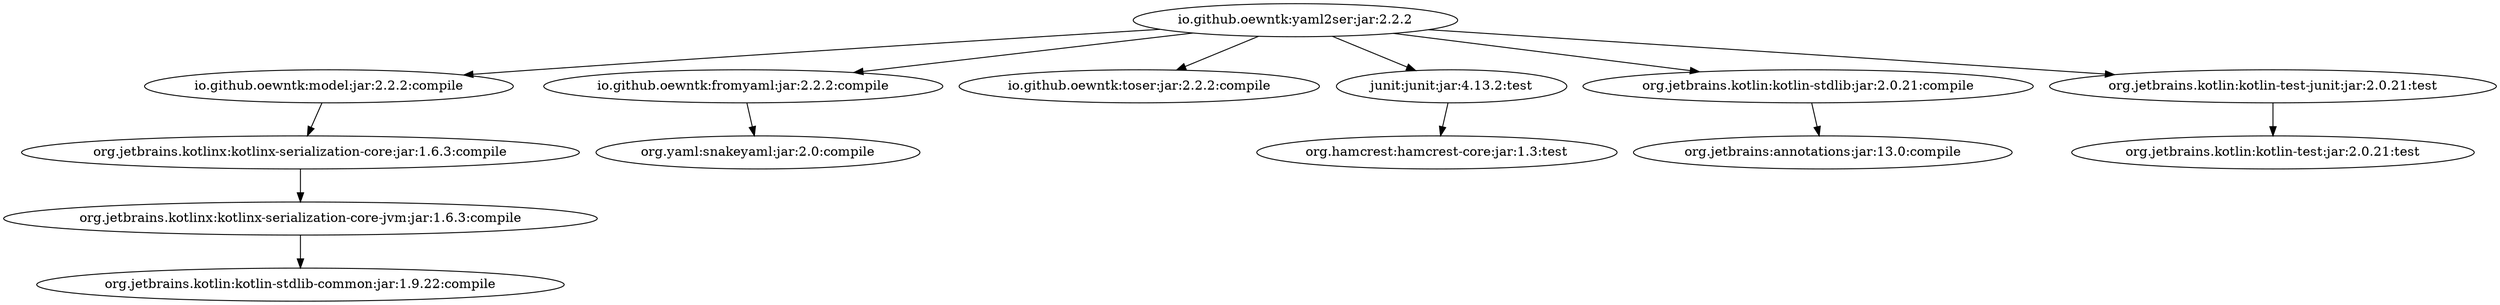
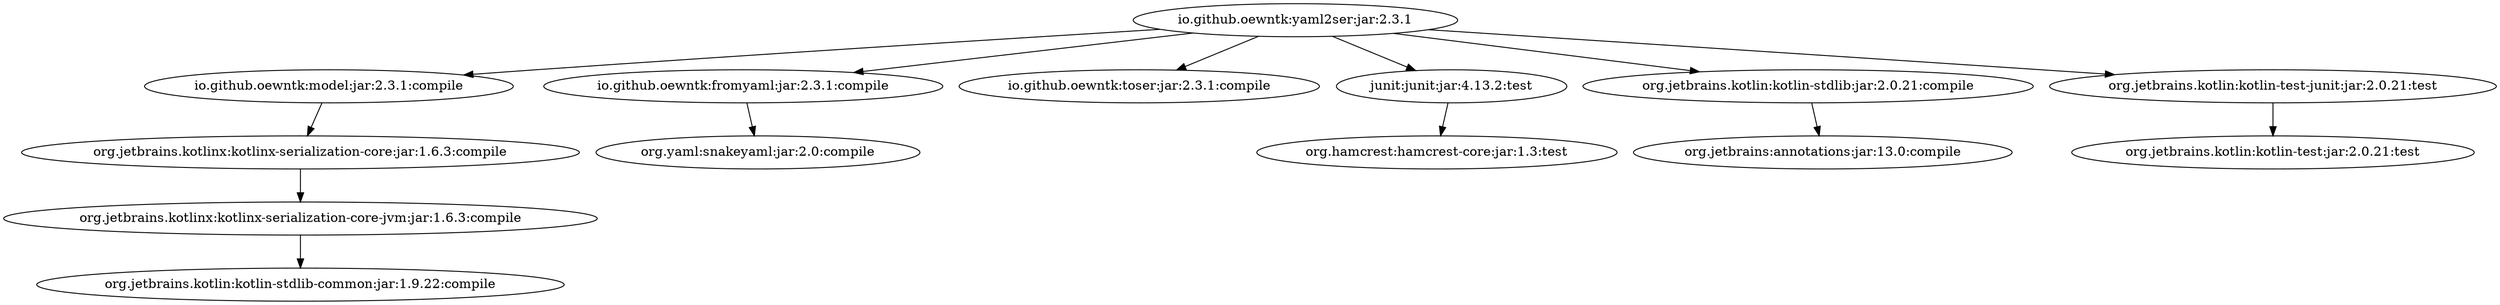
- digraph "io.github.oewntk:yaml2ser:jar:2.2.2" {
- 	"io.github.oewntk:yaml2ser:jar:2.2.2" -> "io.github.oewntk:model:jar:2.2.2:compile" ;
- 	"io.github.oewntk:yaml2ser:jar:2.2.2" -> "io.github.oewntk:fromyaml:jar:2.2.2:compile" ;
- 	"io.github.oewntk:yaml2ser:jar:2.2.2" -> "io.github.oewntk:toser:jar:2.2.2:compile" ;
- 	"io.github.oewntk:yaml2ser:jar:2.2.2" -> "junit:junit:jar:4.13.2:test" ;
- 	"io.github.oewntk:yaml2ser:jar:2.2.2" -> "org.jetbrains.kotlin:kotlin-stdlib:jar:2.0.21:compile" ;
- 	"io.github.oewntk:yaml2ser:jar:2.2.2" -> "org.jetbrains.kotlin:kotlin-test-junit:jar:2.0.21:test" ;
- 	"io.github.oewntk:model:jar:2.2.2:compile" -> "org.jetbrains.kotlinx:kotlinx-serialization-core:jar:1.6.3:compile" ;
+ digraph "io.github.oewntk:yaml2ser:jar:2.3.1" {
+ 	"io.github.oewntk:yaml2ser:jar:2.3.1" -> "io.github.oewntk:model:jar:2.3.1:compile" ;
+ 	"io.github.oewntk:yaml2ser:jar:2.3.1" -> "io.github.oewntk:fromyaml:jar:2.3.1:compile" ;
+ 	"io.github.oewntk:yaml2ser:jar:2.3.1" -> "io.github.oewntk:toser:jar:2.3.1:compile" ;
+ 	"io.github.oewntk:yaml2ser:jar:2.3.1" -> "junit:junit:jar:4.13.2:test" ;
+ 	"io.github.oewntk:yaml2ser:jar:2.3.1" -> "org.jetbrains.kotlin:kotlin-stdlib:jar:2.0.21:compile" ;
+ 	"io.github.oewntk:yaml2ser:jar:2.3.1" -> "org.jetbrains.kotlin:kotlin-test-junit:jar:2.0.21:test" ;
+ 	"io.github.oewntk:model:jar:2.3.1:compile" -> "org.jetbrains.kotlinx:kotlinx-serialization-core:jar:1.6.3:compile" ;
	"org.jetbrains.kotlinx:kotlinx-serialization-core:jar:1.6.3:compile" -> "org.jetbrains.kotlinx:kotlinx-serialization-core-jvm:jar:1.6.3:compile" ;
	"org.jetbrains.kotlinx:kotlinx-serialization-core-jvm:jar:1.6.3:compile" -> "org.jetbrains.kotlin:kotlin-stdlib-common:jar:1.9.22:compile" ;
- 	"io.github.oewntk:fromyaml:jar:2.2.2:compile" -> "org.yaml:snakeyaml:jar:2.0:compile" ;
+ 	"io.github.oewntk:fromyaml:jar:2.3.1:compile" -> "org.yaml:snakeyaml:jar:2.0:compile" ;
	"junit:junit:jar:4.13.2:test" -> "org.hamcrest:hamcrest-core:jar:1.3:test" ;
	"org.jetbrains.kotlin:kotlin-stdlib:jar:2.0.21:compile" -> "org.jetbrains:annotations:jar:13.0:compile" ;
	"org.jetbrains.kotlin:kotlin-test-junit:jar:2.0.21:test" -> "org.jetbrains.kotlin:kotlin-test:jar:2.0.21:test" ;
 }